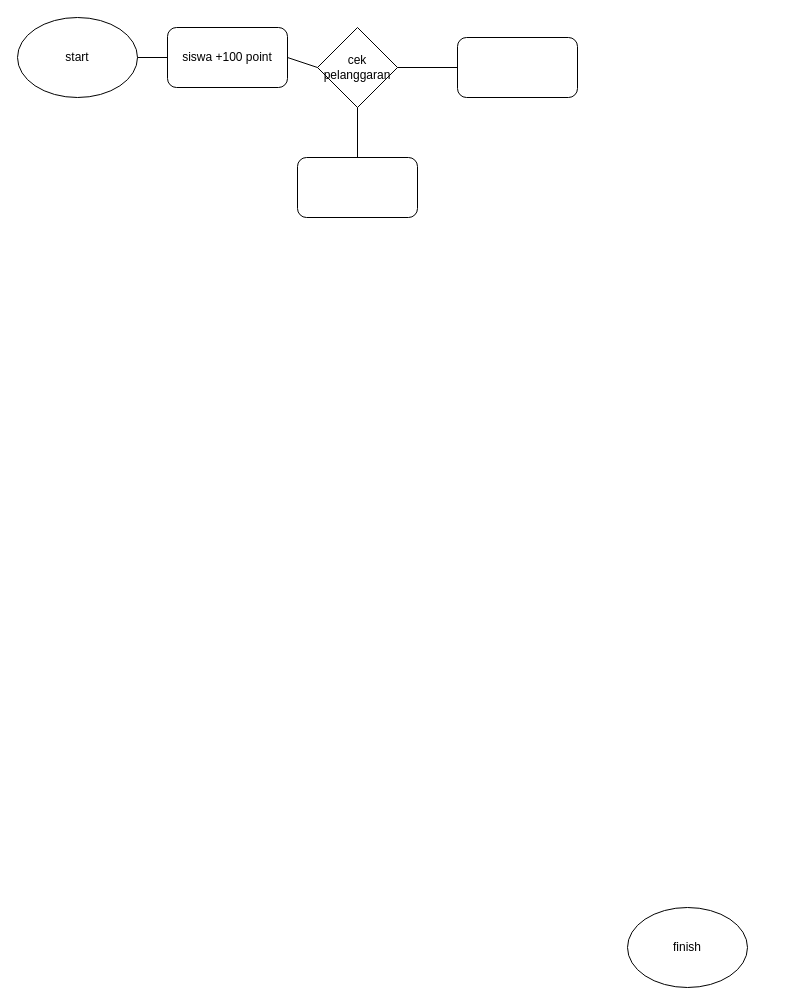
Before: page "Halaman-2" (2 of 2) of Diagram Tanpa Judul.drawio in Rahadirahman21/Rahadirahman21.github.io, a draw.io diagram. Source tidied: cells renumbered, new cells numbered last; positions are measured from the earlier drawing's top-left corner, leaving out a move shared by most shapes. Both pictures are drawn from the tidied source at 100%, with x=0, y=0 at pixel (17, 17).
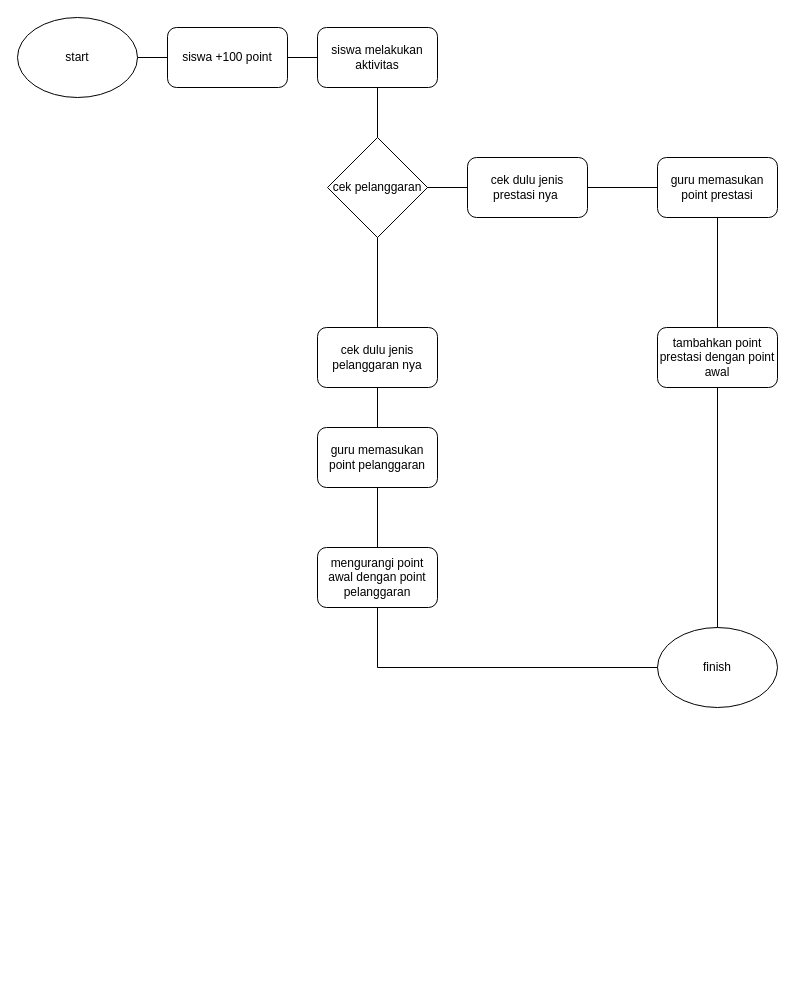
The same page after the edit.

The change refers to these unchanged cells:
```xml
<mxCell id="4" value="siswa +100 point" style="rounded=1;whiteSpace=wrap;html=1;" parent="1" vertex="1">
  <mxGeometry x="150" y="10" width="120" height="60" as="geometry" />
</mxCell>
```

The edit, as a diff of the source:
```diff
@@
     <mxCell id="2" value="finish" style="ellipse;whiteSpace=wrap;html=1;" parent="1" vertex="1">
-      <mxGeometry x="610" y="890" width="120" height="80" as="geometry" />
+      <mxGeometry x="640" y="610" width="120" height="80" as="geometry" />
     </mxCell>
@@
     <mxCell id="5" value="cek pelanggaran" style="rhombus;whiteSpace=wrap;html=1;" parent="1" vertex="1">
-      <mxGeometry x="300" y="10" width="80" height="80" as="geometry" />
+      <mxGeometry x="310" y="120" width="100" height="100" as="geometry" />
     </mxCell>
-    <mxCell id="6" style="rounded=1;whiteSpace=wrap;html=1;" parent="1" vertex="1">
-      <mxGeometry x="280" y="140" width="120" height="60" as="geometry" />
+    <mxCell id="6" value="cek dulu jenis pelanggaran nya" style="rounded=1;whiteSpace=wrap;html=1;" parent="1" vertex="1">
+      <mxGeometry x="300" y="310" width="120" height="60" as="geometry" />
     </mxCell>
-    <mxCell id="7" style="rounded=1;whiteSpace=wrap;html=1;" parent="1" vertex="1">
-      <mxGeometry x="440" y="20" width="120" height="60" as="geometry" />
+    <mxCell id="7" value="cek dulu jenis prestasi nya&amp;nbsp;" style="rounded=1;whiteSpace=wrap;html=1;" parent="1" vertex="1">
+      <mxGeometry x="450" y="140" width="120" height="60" as="geometry" />
     </mxCell>
@@
-    <mxCell id="9" style="endArrow=none;html=1;rounded=0;exitX=1;exitY=0.5;exitDx=0;exitDy=0;entryX=0;entryY=0.5;entryDx=0;entryDy=0;" parent="1" edge="1" source="4" target="5">
-      <mxGeometry relative="1" as="geometry" />
-    </mxCell>
@@
+    <mxCell id="12" value="guru memasukan point prestasi" style="rounded=1;whiteSpace=wrap;html=1;" parent="1" vertex="1">
+      <mxGeometry x="640" y="140" width="120" height="60" as="geometry" />
+    </mxCell>
+    <mxCell id="13" style="endArrow=none;html=1;rounded=0;exitX=1;exitY=0.5;exitDx=0;exitDy=0;entryX=0;entryY=0.5;entryDx=0;entryDy=0;" parent="1" edge="1" source="7" target="12">
+      <mxGeometry relative="1" as="geometry" />
+    </mxCell>
+    <mxCell id="14" value="tambahkan point prestasi dengan point awal" style="rounded=1;whiteSpace=wrap;html=1;" parent="1" vertex="1">
+      <mxGeometry x="640" y="310" width="120" height="60" as="geometry" />
+    </mxCell>
+    <mxCell id="15" value="guru memasukan point pelanggaran" style="rounded=1;whiteSpace=wrap;html=1;" parent="1" vertex="1">
+      <mxGeometry x="300" y="410" width="120" height="60" as="geometry" />
+    </mxCell>
+    <mxCell id="16" value="mengurangi point awal dengan point pelanggaran" style="rounded=1;whiteSpace=wrap;html=1;" parent="1" vertex="1">
+      <mxGeometry x="300" y="530" width="120" height="60" as="geometry" />
+    </mxCell>
+    <mxCell id="17" style="endArrow=none;html=1;rounded=0;exitX=0.5;exitY=1;exitDx=0;exitDy=0;entryX=0.5;entryY=0;entryDx=0;entryDy=0;" parent="1" edge="1" source="6" target="15">
+      <mxGeometry relative="1" as="geometry" />
+    </mxCell>
+    <mxCell id="18" style="endArrow=none;html=1;rounded=0;exitX=0.5;exitY=1;exitDx=0;exitDy=0;entryX=0.5;entryY=0;entryDx=0;entryDy=0;" parent="1" edge="1" source="15" target="16">
+      <mxGeometry relative="1" as="geometry" />
+    </mxCell>
+    <mxCell id="19" style="endArrow=none;html=1;rounded=0;entryX=0.5;entryY=1;entryDx=0;entryDy=0;exitX=0.5;exitY=0;exitDx=0;exitDy=0;" parent="1" edge="1" source="14" target="12">
+      <mxGeometry relative="1" as="geometry" />
+    </mxCell>
+    <mxCell id="20" style="endArrow=none;html=1;rounded=0;exitX=0.5;exitY=1;exitDx=0;exitDy=0;entryX=0.5;entryY=0;entryDx=0;entryDy=0;" parent="1" edge="1" source="14" target="2">
+      <mxGeometry relative="1" as="geometry" />
+    </mxCell>
+    <mxCell id="21" style="endArrow=none;html=1;rounded=0;exitX=0.5;exitY=1;exitDx=0;exitDy=0;entryX=0;entryY=0.5;entryDx=0;entryDy=0;" parent="1" edge="1" source="16" target="2">
+      <mxGeometry relative="1" as="geometry">
+        <Array as="points">
+          <mxPoint x="360" y="650" />
+        </Array>
+      </mxGeometry>
+    </mxCell>
+    <mxCell id="22" value="siswa melakukan aktivitas" style="rounded=1;whiteSpace=wrap;html=1;" parent="1" vertex="1">
+      <mxGeometry x="300" y="10" width="120" height="60" as="geometry" />
+    </mxCell>
+    <mxCell id="23" style="endArrow=none;html=1;rounded=0;entryX=0.5;entryY=1;entryDx=0;entryDy=0;exitX=0.5;exitY=0;exitDx=0;exitDy=0;" parent="1" edge="1" source="5" target="22">
+      <mxGeometry relative="1" as="geometry" />
+    </mxCell>
+    <mxCell id="24" style="endArrow=none;html=1;rounded=0;exitX=1;exitY=0.5;exitDx=0;exitDy=0;entryX=0;entryY=0.5;entryDx=0;entryDy=0;" parent="1" edge="1" source="4" target="22">
+      <mxGeometry relative="1" as="geometry" />
+    </mxCell>
```
